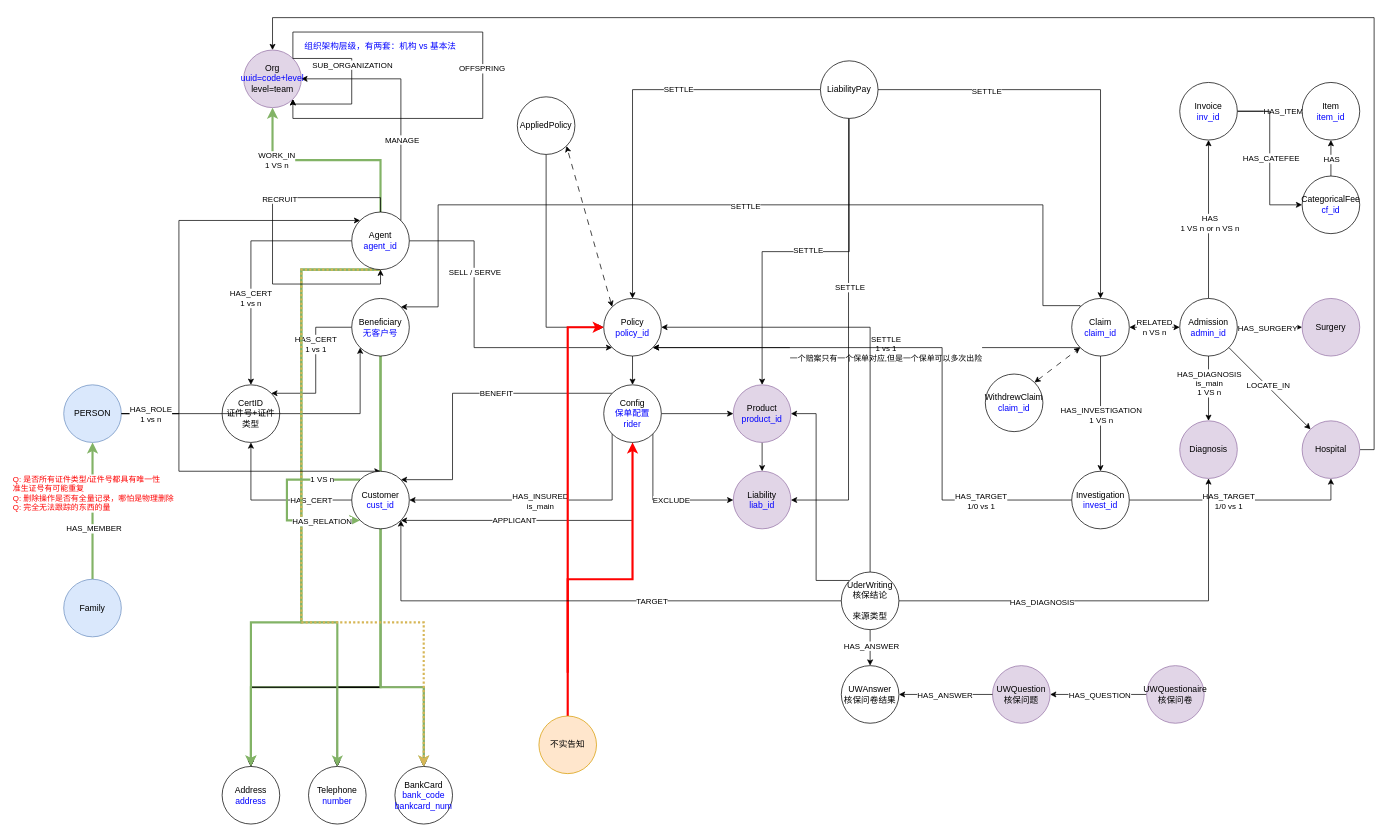
This is page "V1.2" (4 of 4) of 友邦/图拓扑设计.drawio from XiaoLiuAI/diagrams, a draw.io file, before an edit. Source tidied: cells renumbered, new cells numbered last; positions are measured from the earlier drawing's top-left corner, leaving out a move shared by most shapes. Both pictures are drawn from the tidied source at 72%, with x=0, y=0 at pixel (63, 17).
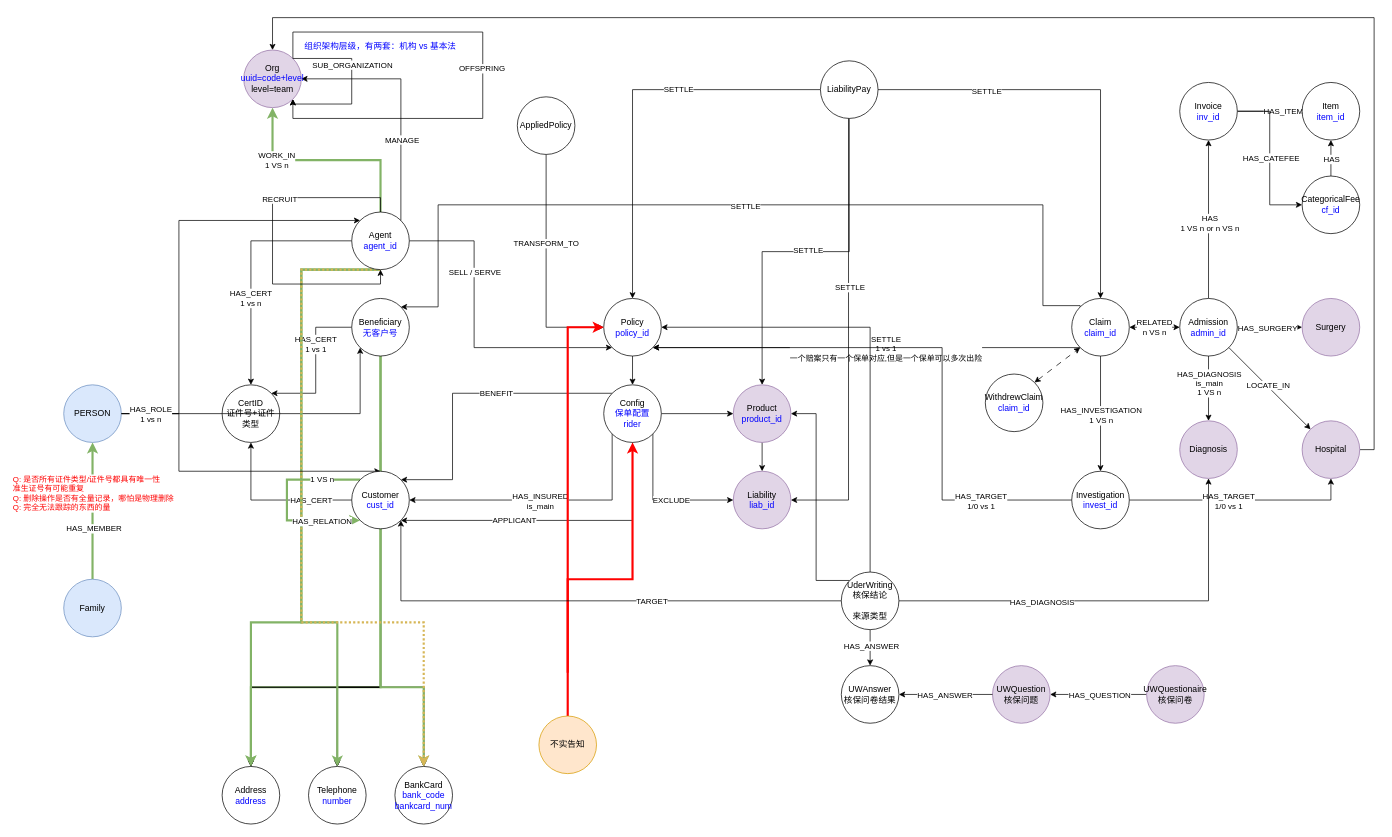
The same page after the edit.

Commit message:
更新图拓扑设计.drawio

Unchanged cells that the change refers to:
```xml
<mxCell id="33" value="Policy&lt;br&gt;&lt;font color=&quot;#0000ff&quot;&gt;policy_id&lt;/font&gt;" style="ellipse;whiteSpace=wrap;html=1;" parent="1" vertex="1">
  <mxGeometry x="750" y="390" width="80" height="80" as="geometry" />
</mxCell>
<mxCell id="101" style="edgeStyle=orthogonalEdgeStyle;rounded=0;jettySize=auto;html=1;exitX=0.5;exitY=1;exitDx=0;exitDy=0;entryX=0;entryY=0.5;entryDx=0;entryDy=0;" parent="1" edge="1" source="102" target="33">
  <mxGeometry relative="1" as="geometry" />
</mxCell>
<mxCell id="102" value="AppliedPolicy" style="ellipse;whiteSpace=wrap;html=1;" parent="1" vertex="1">
  <mxGeometry x="630" y="110" width="80" height="80" as="geometry" />
</mxCell>
```

Diff of the diagram source:
```diff
@@
+    <mxCell id="137" value="TRANSFORM_TO" style="edgeLabel;html=1;align=center;verticalAlign=middle;" parent="101" vertex="1">
+      <mxGeometry x="-0.23" y="-1" relative="1" as="geometry" />
+    </mxCell>
@@
-    <mxCell id="105" style="endArrow=classic;startArrow=classic;html=1;rounded=0;entryX=1;entryY=1;entryDx=0;entryDy=0;exitX=0;exitY=0;exitDx=0;exitDy=0;dashed=1;dashPattern=8 8;" parent="1" edge="1" source="33" target="102">
-      <mxGeometry relative="1" as="geometry" />
-    </mxCell>
```
